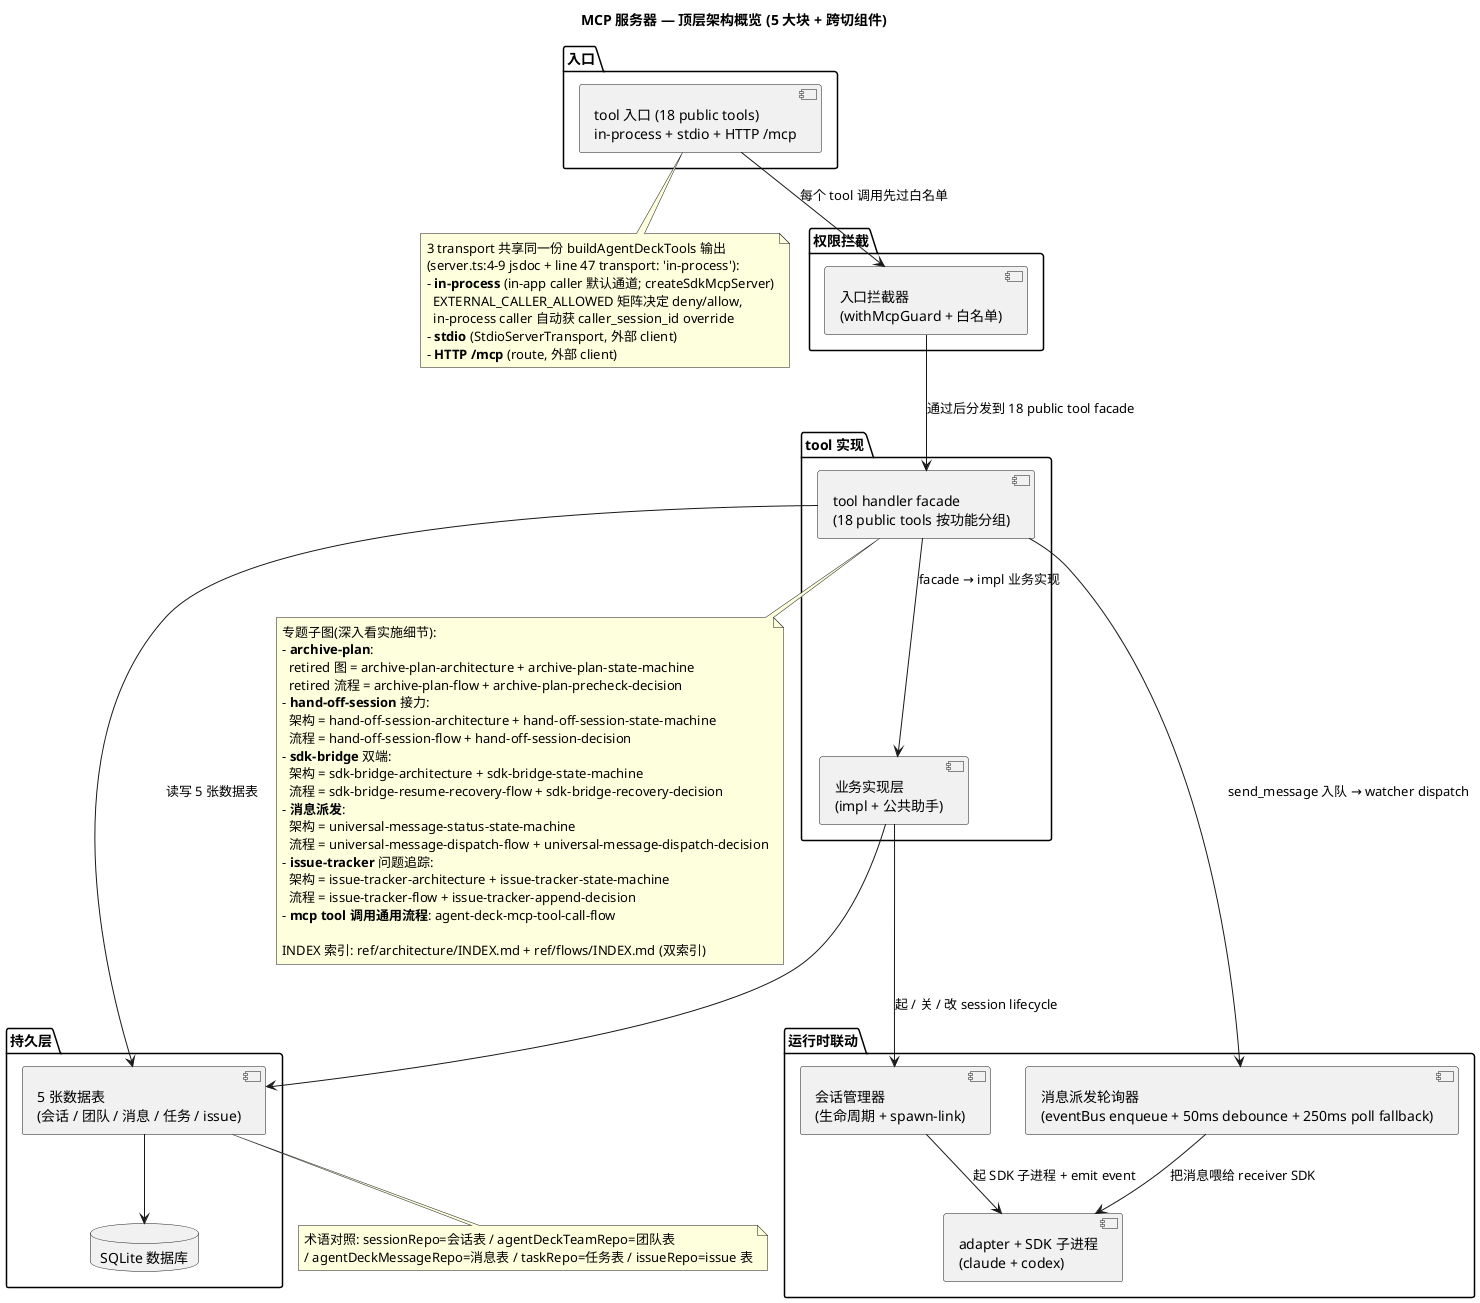
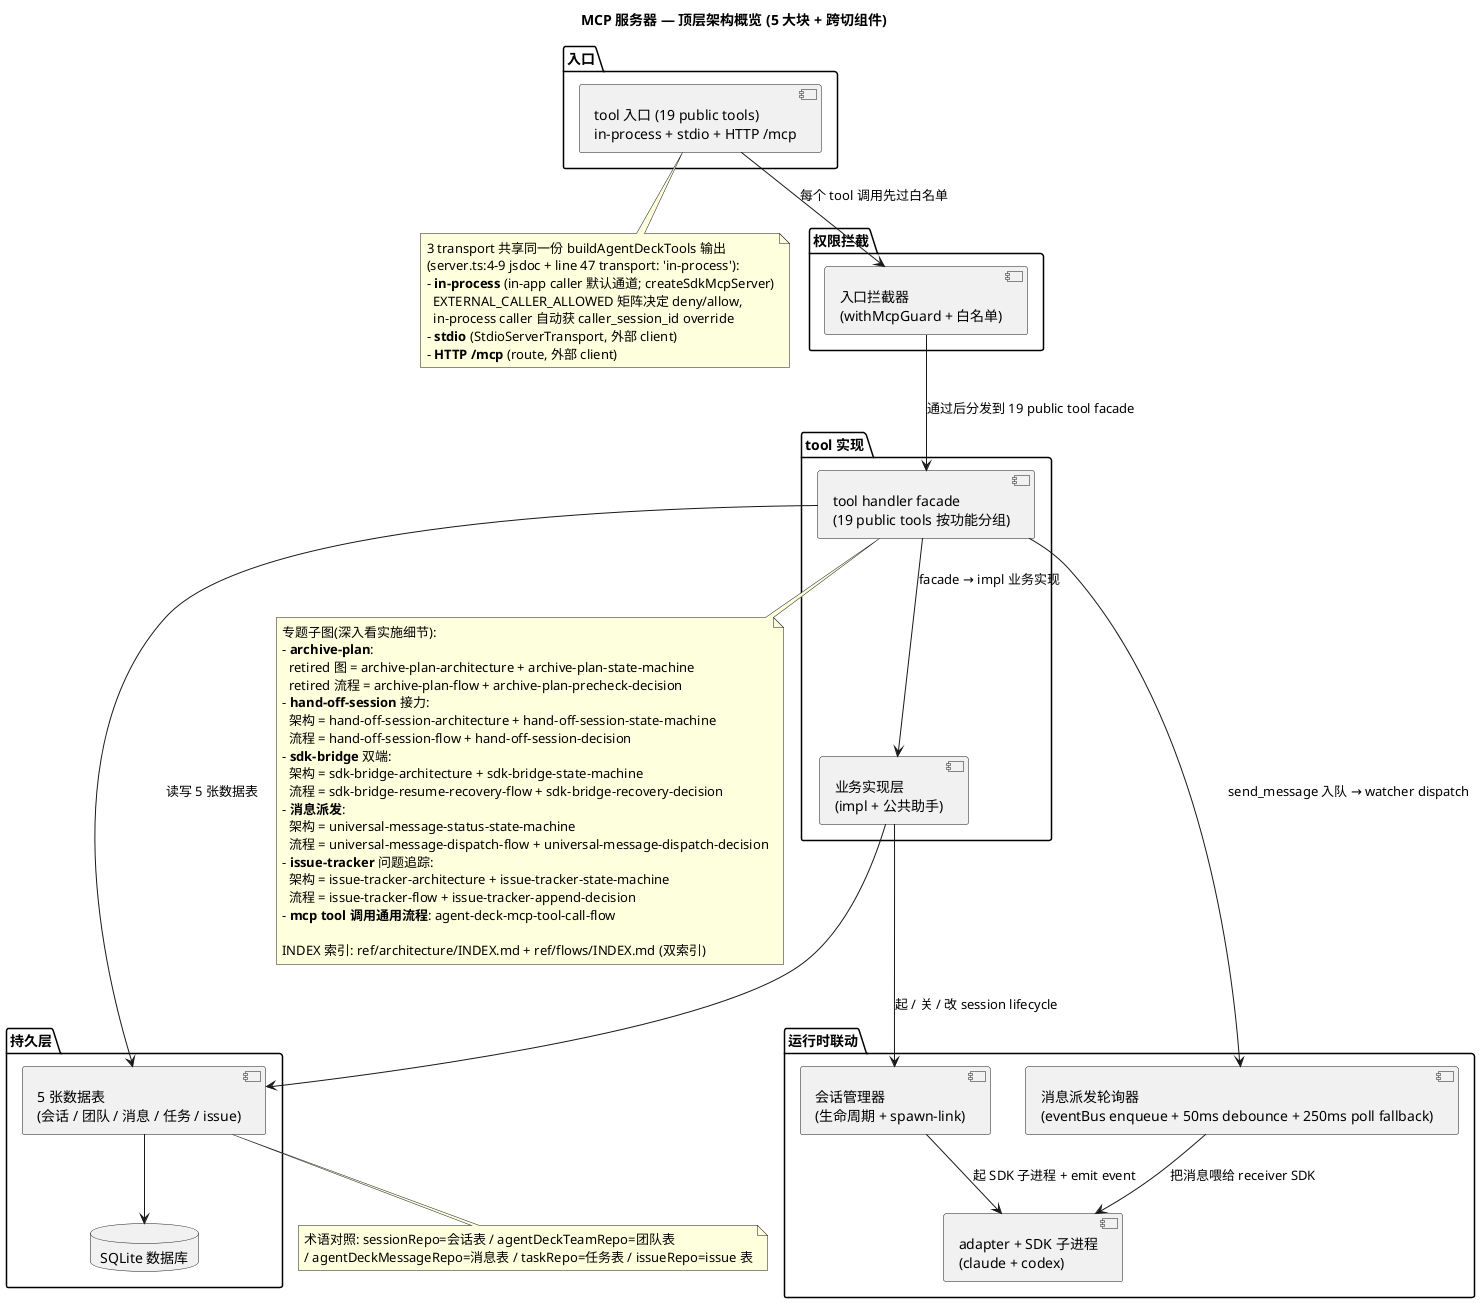
- ' source: diff-present-tool-and-skill-20260622
+ ' source: session-trajectory-mcp-tool-20260626
' description: MCP 服务器 (agent-deck-mcp) 顶层概览 — 5 大块 + 跨切组件。专题细节见各主题子图
- ' last_updated: 2026-06-22
+ ' last_updated: 2026-06-26
@startuml agent-deck-mcp-architecture

title MCP 服务器 — 顶层架构概览 (5 大块 + 跨切组件)

' 节点名用日常术语优先,括号注 codename
' 详细 module 名 / 函数名 / LOC / commit / REVIEW 引用见 INDEX 第 3 列「关联 plan / commit」

package "入口" as L1 {
-   [tool 入口 (18 public tools)\nin-process + stdio + HTTP /mcp] as Entry
+   [tool 入口 (19 public tools)\nin-process + stdio + HTTP /mcp] as Entry
}

package "权限拦截" as L2 {
  [入口拦截器\n(withMcpGuard + 白名单)] as Guard
}

package "tool 实现" as L3 {
-   [tool handler facade\n(18 public tools 按功能分组)] as Handler
+   [tool handler facade\n(19 public tools 按功能分组)] as Handler
  [业务实现层\n(impl + 公共助手)] as Impl
}

package "持久层" as L4 {
  [5 张数据表\n(会话 / 团队 / 消息 / 任务 / issue)] as Repos
  database "SQLite 数据库" as DB
}

package "运行时联动" as L5 {
  [会话管理器\n(生命周期 + spawn-link)] as SM
  [adapter + SDK 子进程\n(claude + codex)] as Adapter
  [消息派发轮询器\n(eventBus enqueue + 50ms debounce + 250ms poll fallback)] as Watcher
}

' ─── 主调用链 ───
Entry --> Guard : 每个 tool 调用先过白名单
- Guard --> Handler : 通过后分发到 18 public tool facade
+ Guard --> Handler : 通过后分发到 19 public tool facade
Handler --> Impl : facade → impl 业务实现
Handler --> Repos : 读写 5 张数据表
Impl --> Repos
Impl --> SM : 起 / 关 / 改 session lifecycle
SM --> Adapter : 起 SDK 子进程 + emit event
Handler --> Watcher : send_message 入队 → watcher dispatch
Watcher --> Adapter : 把消息喂给 receiver SDK
Repos --> DB

' ─── 专题子图 cross-ref (画图人按主题查) ───

note bottom of Handler
  专题子图(深入看实施细节):
  - **archive-plan**:
    retired 图 = archive-plan-architecture + archive-plan-state-machine
    retired 流程 = archive-plan-flow + archive-plan-precheck-decision
  - **hand-off-session** 接力:
    架构 = hand-off-session-architecture + hand-off-session-state-machine
    流程 = hand-off-session-flow + hand-off-session-decision
  - **sdk-bridge** 双端:
    架构 = sdk-bridge-architecture + sdk-bridge-state-machine
    流程 = sdk-bridge-resume-recovery-flow + sdk-bridge-recovery-decision
  - **消息派发**:
    架构 = universal-message-status-state-machine
    流程 = universal-message-dispatch-flow + universal-message-dispatch-decision
  - **issue-tracker** 问题追踪:
    架构 = issue-tracker-architecture + issue-tracker-state-machine
    流程 = issue-tracker-flow + issue-tracker-append-decision
  - **mcp tool 调用通用流程**: agent-deck-mcp-tool-call-flow

  INDEX 索引: ref/architecture/INDEX.md + ref/flows/INDEX.md (双索引)
end note

note bottom of Entry
  3 transport 共享同一份 buildAgentDeckTools 输出
  (server.ts:4-9 jsdoc + line 47 transport: 'in-process'):
  - **in-process** (in-app caller 默认通道; createSdkMcpServer)
    EXTERNAL_CALLER_ALLOWED 矩阵决定 deny/allow,
    in-process caller 自动获 caller_session_id override
  - **stdio** (StdioServerTransport, 外部 client)
  - **HTTP /mcp** (route, 外部 client)
end note

note bottom of Repos
  术语对照: sessionRepo=会话表 / agentDeckTeamRepo=团队表
  / agentDeckMessageRepo=消息表 / taskRepo=任务表 / issueRepo=issue 表
end note

@enduml
